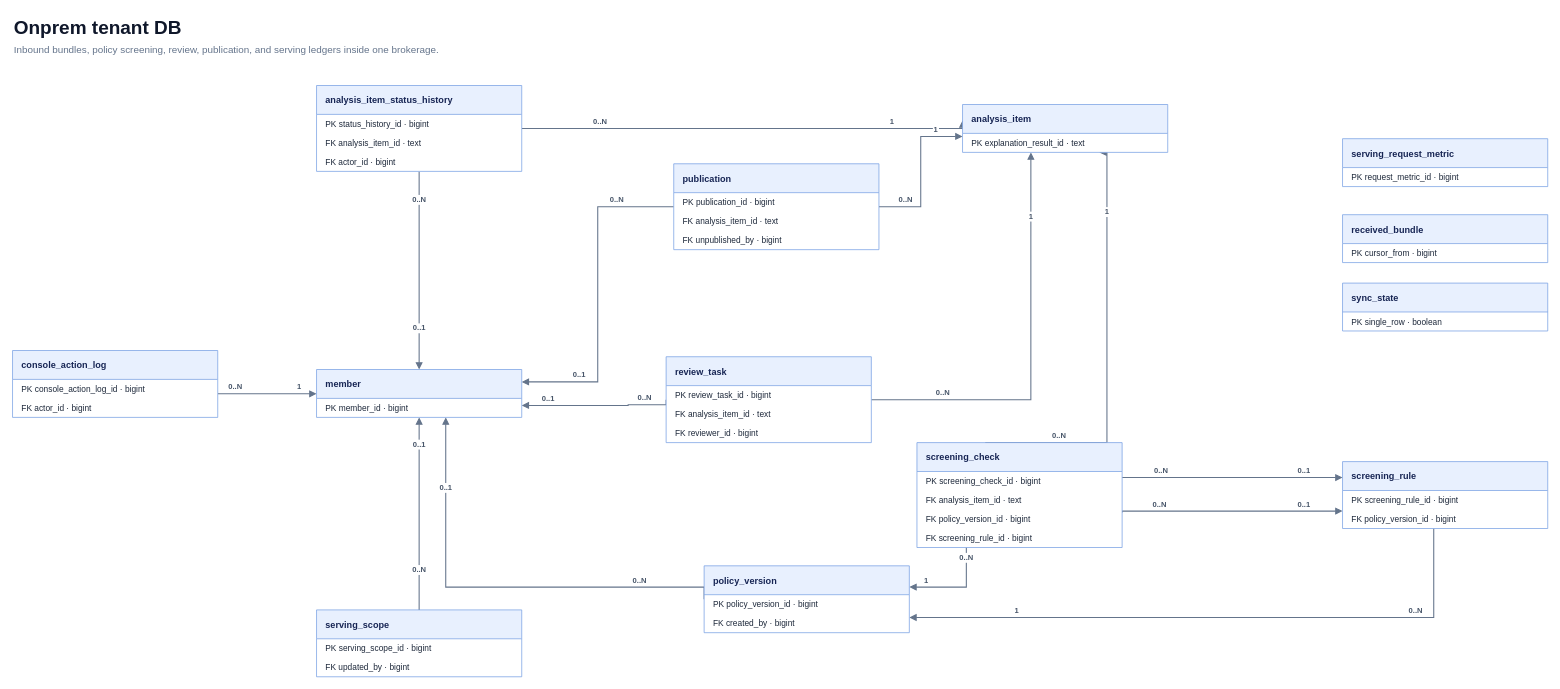
Above: docs/data-model/onprem/erd.drawio in alphaeveryday/edge (draw.io), before the change. Source tidied: cells renumbered, new cells numbered last; positions are measured from the earlier drawing's top-left corner, leaving out a move shared by most shapes. Both pictures are drawn from the tidied source at 76%, with x=0, y=0 at pixel (12, 12).
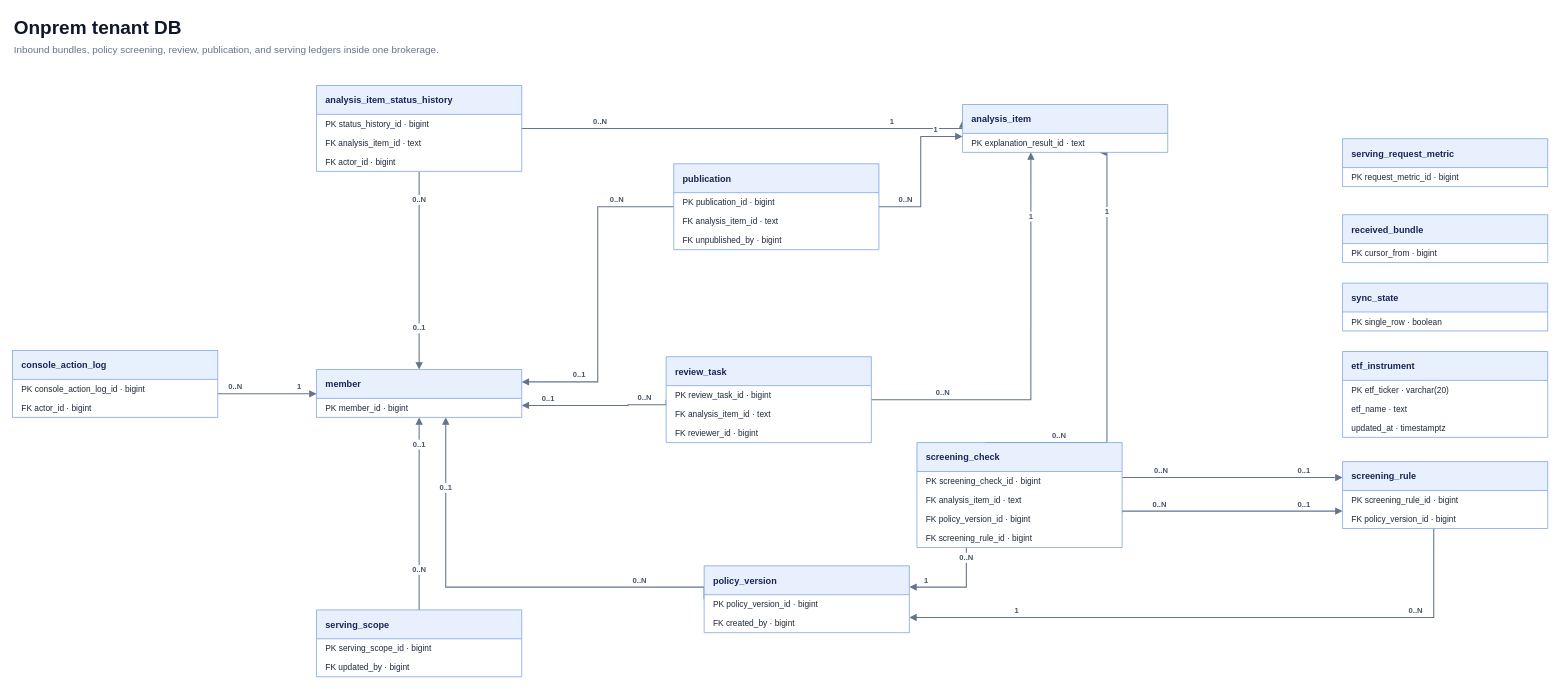
After the change.

Commit message (it also covers changes not shown here):
feat(publication-api): 종목 마스터 etf_instrument 기반 추가 (#845)

What changed in the source:
```diff
@@
+    <mxCell id="85" value="etf_instrument" style="swimlane;horizontal=1;startSize=38;rounded=0;html=0;fillColor=#e8f0fe;swimlaneFillColor=#ffffff;strokeColor=#7aa2e3;fontColor=#172554;fontStyle=1;align=left;spacingLeft=10;verticalAlign=middle;" parent="1" vertex="1">
+      <mxGeometry x="1750" y="446" width="270" height="113" as="geometry" />
+    </mxCell>
+    <mxCell id="86" value="PK  etf_ticker  ·  varchar(20)" style="text;html=0;strokeColor=none;fillColor=none;align=left;verticalAlign=middle;spacingLeft=10;spacingRight=10;fontColor=#1e293b;fontSize=11;" parent="85" vertex="1">
+      <mxGeometry y="38" width="270" height="25" as="geometry" />
+    </mxCell>
+    <mxCell id="87" value="etf_name  ·  text" style="text;html=0;strokeColor=none;fillColor=none;align=left;verticalAlign=middle;spacingLeft=10;spacingRight=10;fontColor=#1e293b;fontSize=11;" parent="85" vertex="1">
+      <mxGeometry y="63" width="270" height="25" as="geometry" />
+    </mxCell>
+    <mxCell id="88" value="updated_at  ·  timestamptz" style="text;html=0;strokeColor=none;fillColor=none;align=left;verticalAlign=middle;spacingLeft=10;spacingRight=10;fontColor=#1e293b;fontSize=11;" parent="85" vertex="1">
+      <mxGeometry y="88" width="270" height="25" as="geometry" />
+    </mxCell>
```
